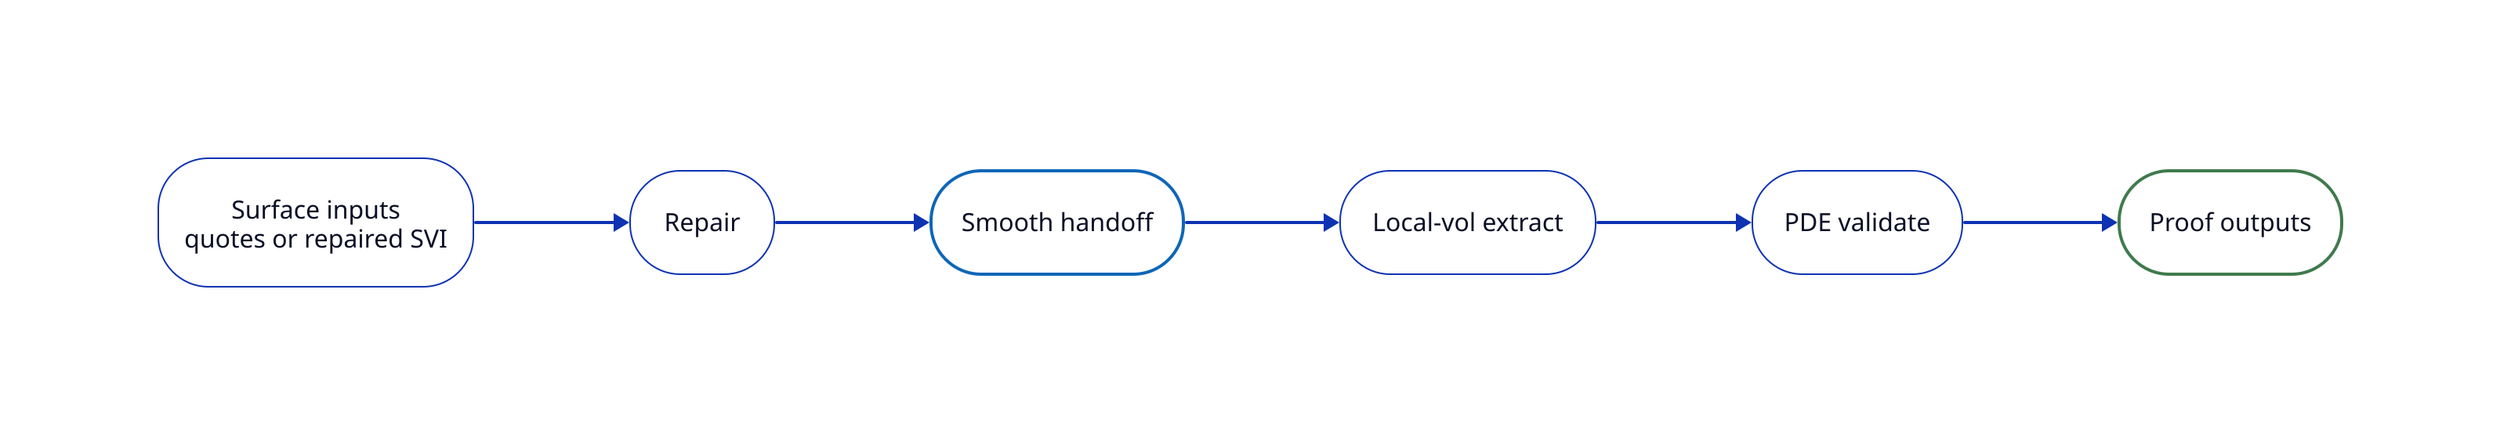
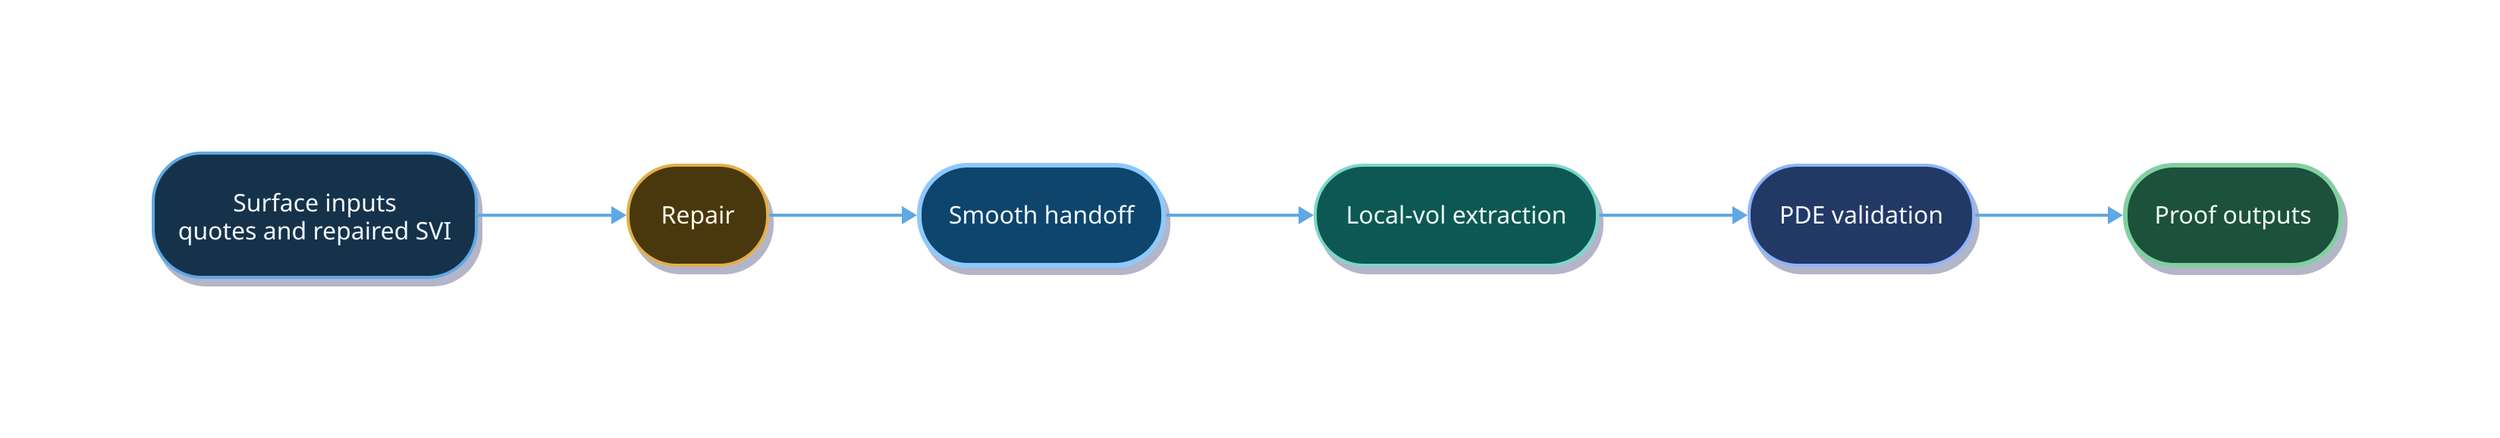
"""Surface to local-vol to PDE workflow."""

direction: right

classes: {
-   step: {
+   input: {
    style: {
-       fill: transparent
-       stroke-width: 1
+       fill: "#14324C"
+       stroke: "#5EA8E5"
+       font-color: "#F5FAFF"
+       stroke-width: 2
      border-radius: 32
+       shadow: true
    }
  }

-   accent: {
+   repair: {
    style: {
-       fill: transparent
-       stroke: "#0F66B7"
+       fill: "#4A3711"
+       stroke: "#E2AF46"
+       font-color: "#FFF7E8"
      stroke-width: 2
      border-radius: 32
+       shadow: true
    }
  }

-   result: {
+   handoff: {
    style: {
-       fill: transparent
-       stroke: "#3F7A4C"
+       fill: "#0F446D"
+       stroke: "#8CC9FF"
+       font-color: "#F5FAFF"
+       stroke-width: 3
+       border-radius: 32
+       shadow: true
+     }
+   }
+ 
+   localvol: {
+     style: {
+       fill: "#0D5953"
+       stroke: "#7AD7CA"
+       font-color: "#F1FFFC"
      stroke-width: 2
      border-radius: 32
+       shadow: true
+     }
+   }
+ 
+   pde: {
+     style: {
+       fill: "#213965"
+       stroke: "#8FB3FF"
+       font-color: "#F5F8FF"
+       stroke-width: 2
+       border-radius: 32
+       shadow: true
+     }
+   }
+ 
+   proof: {
+     style: {
+       fill: "#1B513B"
+       stroke: "#82CFA0"
+       font-color: "#F4FFF8"
+       stroke-width: 3
+       border-radius: 32
+       shadow: true
    }
  }
}

- surface: "Surface inputs\nquotes or repaired SVI"
- surface.class: step
+ surface: "Surface inputs\nquotes and repaired SVI"
+ surface.class: input

repair: "Repair"
- repair.class: step
+ repair.class: repair

handoff: "Smooth handoff"
- handoff.class: accent
+ handoff.class: handoff

- localvol: "Local-vol extract"
- localvol.class: step
+ localvol: "Local-vol extraction"
+ localvol.class: localvol

- pde: "PDE validate"
- pde.class: step
+ pde: "PDE validation"
+ pde.class: pde

proof: "Proof outputs"
- proof.class: result
+ proof.class: proof

- surface -> repair
- repair -> handoff
- handoff -> localvol
- localvol -> pde
- pde -> proof
+ surface -> repair: {
+   style: {
+     stroke: "#5EA8E5"
+     stroke-width: 2
+   }
+ }
+ 
+ repair -> handoff: {
+   style: {
+     stroke: "#5EA8E5"
+     stroke-width: 2
+   }
+ }
+ 
+ handoff -> localvol: {
+   style: {
+     stroke: "#5EA8E5"
+     stroke-width: 2
+   }
+ }
+ 
+ localvol -> pde: {
+   style: {
+     stroke: "#5EA8E5"
+     stroke-width: 2
+   }
+ }
+ 
+ pde -> proof: {
+   style: {
+     stroke: "#5EA8E5"
+     stroke-width: 2
+   }
+ }
